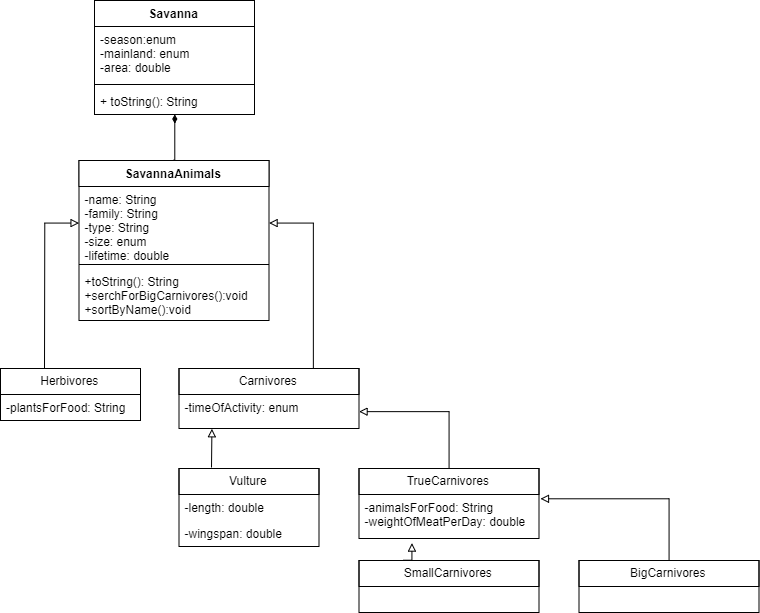
Earlier version of the draw.io export Laba2/SavannaAnimals.png (SweetRainbowUnicorn/Java-Labs). Source tidied: cells renumbered, new cells last; positions are measured from the earlier drawing's top-left corner, leaving out a move shared by most shapes.
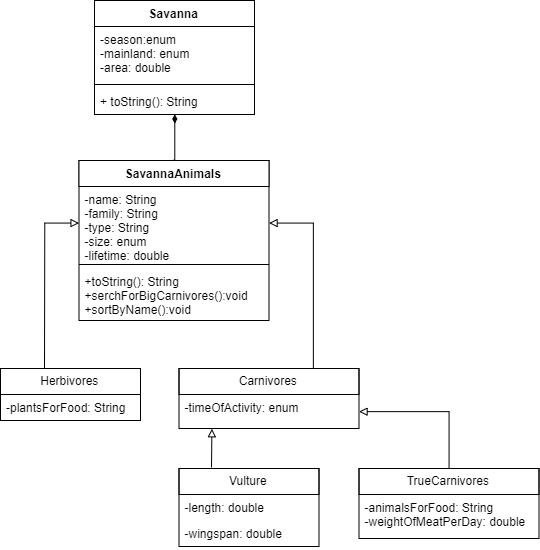
After the commit.

Diff of the diagram source:
```diff
@@ -65,18 +65,6 @@
     <mxCell id="19" value="-animalsForFood: String&#10;-weightOfMeatPerDay: double&#10;" style="text;strokeColor=none;fillColor=none;align=left;verticalAlign=top;spacingLeft=4;spacingRight=4;overflow=hidden;points=[[0,0.5],[1,0.5]];portConstraint=eastwest;" parent="18" vertex="1">
       <mxGeometry y="26" width="180" height="44" as="geometry" />
     </mxCell>
-    <mxCell id="20" style="edgeStyle=orthogonalEdgeStyle;rounded=0;html=1;exitX=0.5;exitY=0;entryX=1.007;entryY=0.089;entryPerimeter=0;endArrow=block;endFill=0;jettySize=auto;" parent="1" edge="1" source="21" target="19">
-      <mxGeometry relative="1" as="geometry" />
-    </mxCell>
-    <mxCell id="21" value="BigCarnivores" style="swimlane;fontStyle=0;horizontal=1;startSize=26;fillColor=none;swimlaneFillColor=#ffffff;" parent="1" vertex="1">
-      <mxGeometry x="578.5" y="560" width="180" height="52" as="geometry" />
-    </mxCell>
-    <mxCell id="22" style="edgeStyle=orthogonalEdgeStyle;rounded=0;jumpSize=7;html=1;exitX=0.25;exitY=0;entryX=0.297;entryY=1.118;entryPerimeter=0;endArrow=block;endFill=0;jettySize=auto;strokeWidth=1;" parent="1" edge="1" source="23" target="19">
-      <mxGeometry relative="1" as="geometry" />
-    </mxCell>
-    <mxCell id="23" value="SmallCarnivores" style="swimlane;fontStyle=0;horizontal=1;startSize=26;fillColor=none;swimlaneFillColor=#ffffff;" parent="1" vertex="1">
-      <mxGeometry x="358.5" y="560" width="180" height="52" as="geometry" />
-    </mxCell>
     <mxCell id="24" style="edgeStyle=orthogonalEdgeStyle;rounded=0;html=1;exitX=0.5;exitY=0;entryX=0.5;entryY=0;endArrow=block;endFill=0;jettySize=auto;orthogonalLoop=1;" parent="1" edge="1" source="14" target="14">
       <mxGeometry relative="1" as="geometry" />
     </mxCell>
```
